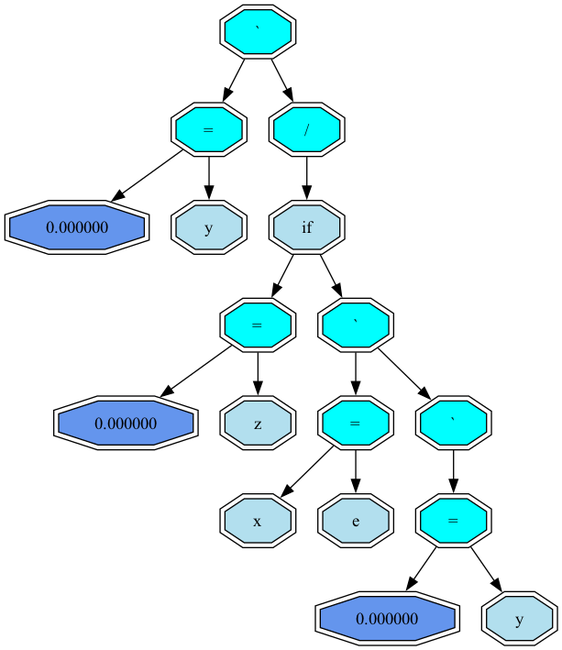
Before: front_end.png, a diagram exported from Graphviz (Pave2005/language). Its source is kept beside it as front_end.dot. Its diagram source:
```dot
digraph G {
node [shape = record];
 12770061720  12770061720 [shape = doubleoctagon, style = filled, fillcolor = aqua  label = " ` "];
12770061720 -> 12770057340
 12770061720 -> 12770061660
 12770057340 [shape = doubleoctagon, style = filled, fillcolor = aqua  label = " = "];
12770057340 -> 12770057140
 12770057340 -> 12770057300
 12770057140 [shape = doubleoctagon, style = filled, fillcolor = cornflowerblue  label = " 0.000000 "];
 12770057300 [shape = doubleoctagon, style = filled, fillcolor = lightblue2  label = " y "];
 12770061660 [shape = doubleoctagon, style = filled, fillcolor = aqua  label = " / "];
12770061660 -> 12770061620 12770061620 [shape = doubleoctagon, style = filled, fillcolor = lightblue2  label = " if "];
12770061620 -> 12770056220
 12770061620 -> 12770061560
 12770056220 [shape = doubleoctagon, style = filled, fillcolor = aqua  label = " = "];
12770056220 -> 12770056060
 12770056220 -> 12770056160
 12770056060 [shape = doubleoctagon, style = filled, fillcolor = cornflowerblue  label = " 0.000000 "];
 12770056160 [shape = doubleoctagon, style = filled, fillcolor = lightblue2  label = " z "];
 12770061560 [shape = doubleoctagon, style = filled, fillcolor = aqua  label = " ` "];
12770061560 -> 12770056460
 12770061560 -> 12770061520
 12770056460 [shape = doubleoctagon, style = filled, fillcolor = aqua  label = " = "];
12770056460 -> 12770056320
 12770056460 -> 12770056420
 12770056320 [shape = doubleoctagon, style = filled, fillcolor = lightblue2  label = " x "];
 12770056420 [shape = doubleoctagon, style = filled, fillcolor = lightblue2  label = " e "];
 12770061520 [shape = doubleoctagon, style = filled, fillcolor = aqua  label = " ` "];
12770061520 -> 12770061460 12770061460 [shape = doubleoctagon, style = filled, fillcolor = aqua  label = " = "];
12770061460 -> 12770056520
 12770061460 -> 12770061420
 12770056520 [shape = doubleoctagon, style = filled, fillcolor = cornflowerblue  label = " 0.000000 "];
 12770061420 [shape = doubleoctagon, style = filled, fillcolor = lightblue2  label = " y "];
}
```
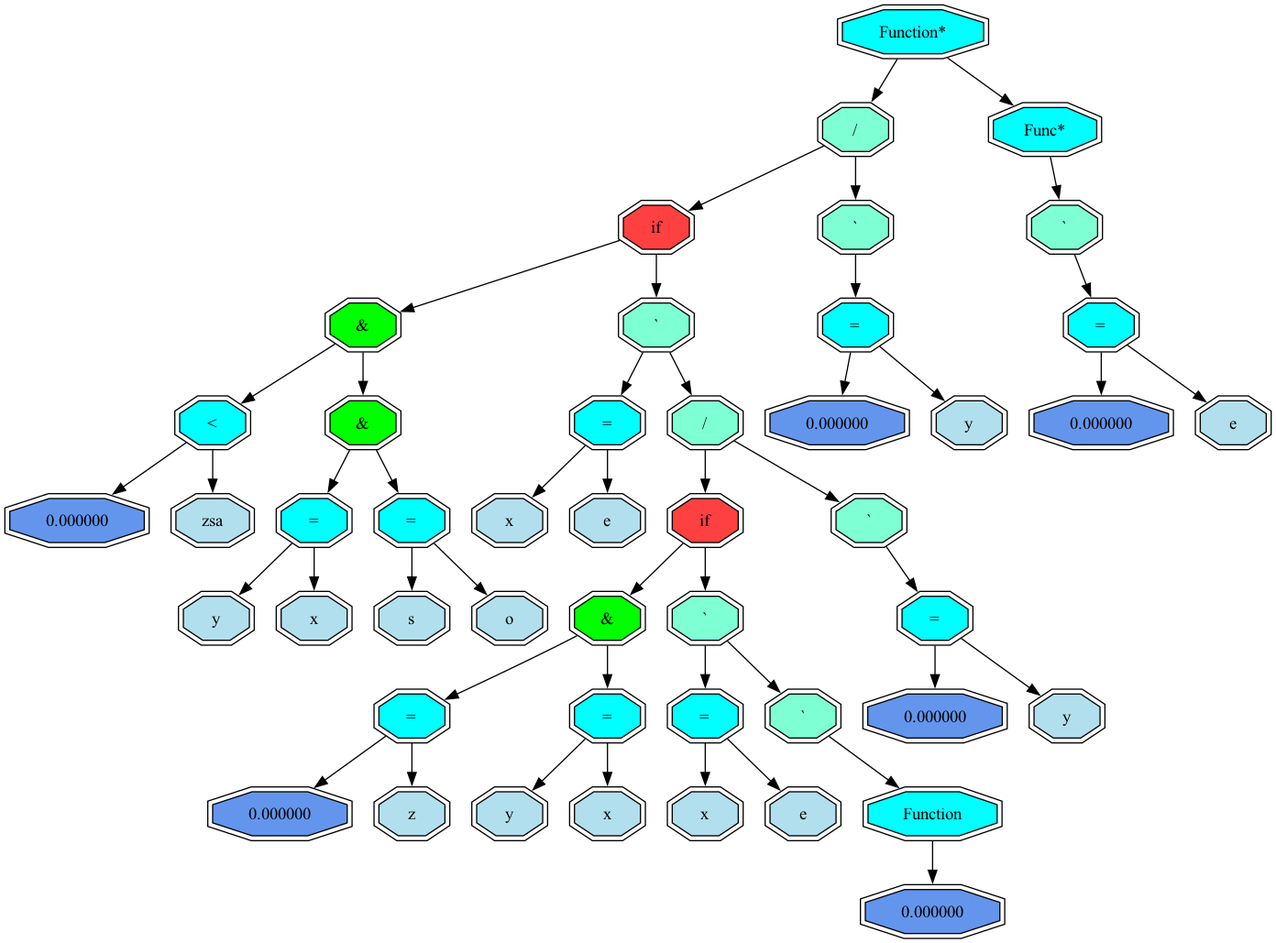
After the change.

Diff of the diagram source:
```diff
@@ -1,34 +1,92 @@
 digraph G {
 node [shape = record];
- 12770061720  12770061720 [shape = doubleoctagon, style = filled, fillcolor = aqua  label = " ` "];
-12770061720 -> 12770057340
- 12770061720 -> 12770061660
- 12770057340 [shape = doubleoctagon, style = filled, fillcolor = aqua  label = " = "];
-12770057340 -> 12770057140
- 12770057340 -> 12770057300
- 12770057140 [shape = doubleoctagon, style = filled, fillcolor = cornflowerblue  label = " 0.000000 "];
- 12770057300 [shape = doubleoctagon, style = filled, fillcolor = lightblue2  label = " y "];
- 12770061660 [shape = doubleoctagon, style = filled, fillcolor = aqua  label = " / "];
-12770061660 -> 12770061620 12770061620 [shape = doubleoctagon, style = filled, fillcolor = lightblue2  label = " if "];
-12770061620 -> 12770056220
- 12770061620 -> 12770061560
- 12770056220 [shape = doubleoctagon, style = filled, fillcolor = aqua  label = " = "];
-12770056220 -> 12770056060
- 12770056220 -> 12770056160
- 12770056060 [shape = doubleoctagon, style = filled, fillcolor = cornflowerblue  label = " 0.000000 "];
- 12770056160 [shape = doubleoctagon, style = filled, fillcolor = lightblue2  label = " z "];
- 12770061560 [shape = doubleoctagon, style = filled, fillcolor = aqua  label = " ` "];
-12770061560 -> 12770056460
- 12770061560 -> 12770061520
- 12770056460 [shape = doubleoctagon, style = filled, fillcolor = aqua  label = " = "];
-12770056460 -> 12770056320
- 12770056460 -> 12770056420
- 12770056320 [shape = doubleoctagon, style = filled, fillcolor = lightblue2  label = " x "];
- 12770056420 [shape = doubleoctagon, style = filled, fillcolor = lightblue2  label = " e "];
- 12770061520 [shape = doubleoctagon, style = filled, fillcolor = aqua  label = " ` "];
-12770061520 -> 12770061460 12770061460 [shape = doubleoctagon, style = filled, fillcolor = aqua  label = " = "];
-12770061460 -> 12770056520
- 12770061460 -> 12770061420
- 12770056520 [shape = doubleoctagon, style = filled, fillcolor = cornflowerblue  label = " 0.000000 "];
- 12770061420 [shape = doubleoctagon, style = filled, fillcolor = lightblue2  label = " y "];
+ 5730064260  5730064260 [shape = doubleoctagon, style = filled, fillcolor = aqua  label = " Function* "];
+5730064260 -> 5730063740
+ 5730064260 -> 5730064220
+ 5730063740 [shape = doubleoctagon, style = filled, fillcolor = aquamarine  label = " / "];
+5730063740 -> 5730063500
+ 5730063740 -> 5730063700
+ 5730063500 [shape = doubleoctagon, style = filled, fillcolor = brown1  label = " if "];
+5730063500 -> 5730061720
+ 5730063500 -> 5730063440
+ 5730061720 [shape = doubleoctagon, style = filled, fillcolor = green  label = " & "];
+5730061720 -> 5730057300
+ 5730061720 -> 5730061660
+ 5730057300 [shape = doubleoctagon, style = filled, fillcolor = aqua  label = " < "];
+5730057300 -> 5730057140
+ 5730057300 -> 5730057520
+ 5730057140 [shape = doubleoctagon, style = filled, fillcolor = cornflowerblue  label = " 0.000000 "];
+ 5730057520 [shape = doubleoctagon, style = filled, fillcolor = lightblue2  label = " zsa "];
+ 5730061660 [shape = doubleoctagon, style = filled, fillcolor = green  label = " & "];
+5730061660 -> 5730061400
+ 5730061660 -> 5730061620
+ 5730061400 [shape = doubleoctagon, style = filled, fillcolor = aqua  label = " = "];
+5730061400 -> 5730056420
+ 5730061400 -> 5730056500
+ 5730056420 [shape = doubleoctagon, style = filled, fillcolor = lightblue2  label = " y "];
+ 5730056500 [shape = doubleoctagon, style = filled, fillcolor = lightblue2  label = " x "];
+ 5730061620 [shape = doubleoctagon, style = filled, fillcolor = aqua  label = " = "];
+5730061620 -> 5730061460
+ 5730061620 -> 5730061560
+ 5730061460 [shape = doubleoctagon, style = filled, fillcolor = lightblue2  label = " s "];
+ 5730061560 [shape = doubleoctagon, style = filled, fillcolor = lightblue2  label = " o "];
+ 5730063440 [shape = doubleoctagon, style = filled, fillcolor = aquamarine  label = " ` "];
+5730063440 -> 5730062120
+ 5730063440 -> 5730063400
+ 5730062120 [shape = doubleoctagon, style = filled, fillcolor = aqua  label = " = "];
+5730062120 -> 5730061760
+ 5730062120 -> 5730062060
+ 5730061760 [shape = doubleoctagon, style = filled, fillcolor = lightblue2  label = " x "];
+ 5730062060 [shape = doubleoctagon, style = filled, fillcolor = lightblue2  label = " e "];
+ 5730063400 [shape = doubleoctagon, style = filled, fillcolor = aquamarine  label = " / "];
+5730063400 -> 5730063140
+ 5730063400 -> 5730063340
+ 5730063140 [shape = doubleoctagon, style = filled, fillcolor = brown1  label = " if "];
+5730063140 -> 5730062520
+ 5730063140 -> 5730063100
+ 5730062520 [shape = doubleoctagon, style = filled, fillcolor = green  label = " & "];
+5730062520 -> 5730062320
+ 5730062520 -> 5730062460
+ 5730062320 [shape = doubleoctagon, style = filled, fillcolor = aqua  label = " = "];
+5730062320 -> 5730062160
+ 5730062320 -> 5730062260
+ 5730062160 [shape = doubleoctagon, style = filled, fillcolor = cornflowerblue  label = " 0.000000 "];
+ 5730062260 [shape = doubleoctagon, style = filled, fillcolor = lightblue2  label = " z "];
+ 5730062460 [shape = doubleoctagon, style = filled, fillcolor = aqua  label = " = "];
+5730062460 -> 5730062360
+ 5730062460 -> 5730062420
+ 5730062360 [shape = doubleoctagon, style = filled, fillcolor = lightblue2  label = " y "];
+ 5730062420 [shape = doubleoctagon, style = filled, fillcolor = lightblue2  label = " x "];
+ 5730063100 [shape = doubleoctagon, style = filled, fillcolor = aquamarine  label = " ` "];
+5730063100 -> 5730062660
+ 5730063100 -> 5730063040
+ 5730062660 [shape = doubleoctagon, style = filled, fillcolor = aqua  label = " = "];
+5730062660 -> 5730062560
+ 5730062660 -> 5730062620
+ 5730062560 [shape = doubleoctagon, style = filled, fillcolor = lightblue2  label = " x "];
+ 5730062620 [shape = doubleoctagon, style = filled, fillcolor = lightblue2  label = " e "];
+ 5730063040 [shape = doubleoctagon, style = filled, fillcolor = aquamarine  label = " ` "];
+5730063040 -> 5730063000 5730063000 [shape = doubleoctagon, style = filled, fillcolor = aqua  label = " Function "];
+
+ 5730063000 -> 5730062740
+ 5730062740 [shape = doubleoctagon, style = filled, fillcolor = cornflowerblue  label = " 0.000000 "];
+ 5730063340 [shape = doubleoctagon, style = filled, fillcolor = aquamarine  label = " ` "];
+5730063340 -> 5730063300 5730063300 [shape = doubleoctagon, style = filled, fillcolor = aqua  label = " = "];
+5730063300 -> 5730063200
+ 5730063300 -> 5730063240
+ 5730063200 [shape = doubleoctagon, style = filled, fillcolor = cornflowerblue  label = " 0.000000 "];
+ 5730063240 [shape = doubleoctagon, style = filled, fillcolor = lightblue2  label = " y "];
+ 5730063700 [shape = doubleoctagon, style = filled, fillcolor = aquamarine  label = " ` "];
+5730063700 -> 5730063640 5730063640 [shape = doubleoctagon, style = filled, fillcolor = aqua  label = " = "];
+5730063640 -> 5730063540
+ 5730063640 -> 5730063600
+ 5730063540 [shape = doubleoctagon, style = filled, fillcolor = cornflowerblue  label = " 0.000000 "];
+ 5730063600 [shape = doubleoctagon, style = filled, fillcolor = lightblue2  label = " y "];
+ 5730064220 [shape = doubleoctagon, style = filled, fillcolor = aqua  label = " Func* "];
+5730064220 -> 5730064140 5730064140 [shape = doubleoctagon, style = filled, fillcolor = aquamarine  label = " ` "];
+5730064140 -> 5730064100 5730064100 [shape = doubleoctagon, style = filled, fillcolor = aqua  label = " = "];
+5730064100 -> 5730064000
+ 5730064100 -> 5730064040
+ 5730064000 [shape = doubleoctagon, style = filled, fillcolor = cornflowerblue  label = " 0.000000 "];
+ 5730064040 [shape = doubleoctagon, style = filled, fillcolor = lightblue2  label = " e "];
 }
```
